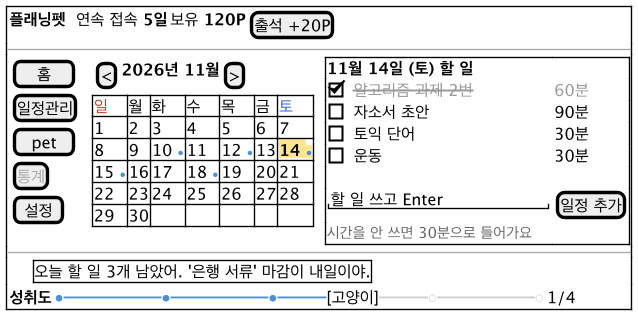
Before: docs/diagrams/ui-main.png, a diagram exported from PlantUML (2026-2-software-system-design-11/planning-pet-app).
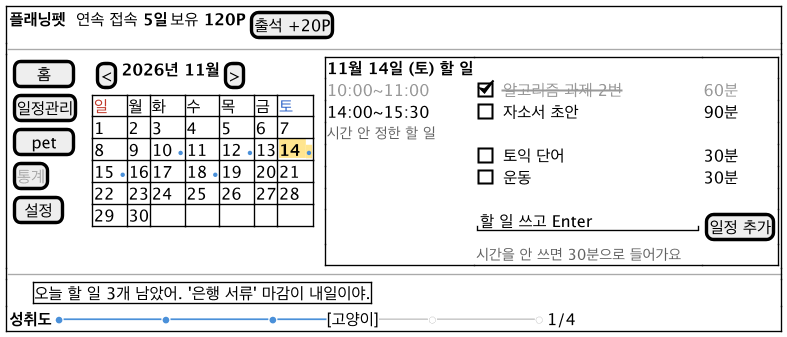
Above is the later version.

Diff of the diagram source:
```diff
@@ -23,14 +23,15 @@
       }
     } | . |
     {+
-      <b>11월 14일 (토) 할 일</b> | .
-      [X] <color:#999999><s>알고리즘 과제 2번</s></color> | <color:#999999>60분</color>
-      [ ] 자소서 초안 | 90분
-      [ ] 토익 단어 | 30분
-      [ ] 운동 | 30분
-      . | .
-      "할 일 쓰고 Enter        " | [일정 추가]
-      <size:11><color:#666666>시간을 안 쓰면 30분으로 들어가요</color></size> | .
+      <b>11월 14일 (토) 할 일</b> | . | .
+      <color:#999999>10:00~11:00</color> | [X] <color:#999999><s>알고리즘 과제 2번</s></color> | <color:#999999>60분</color>
+      14:00~15:30 | [ ] 자소서 초안 | 90분
+      <size:11><color:#666666>시간 안 정한 할 일</color></size> | . | .
+      . | [ ] 토익 단어 | 30분
+      . | [ ] 운동 | 30분
+      . | . | .
+      . | "할 일 쓰고 Enter        " | [일정 추가]
+      . | <size:11><color:#666666>시간을 안 쓰면 30분으로 들어가요</color></size> | .
     }
   }
   --
```
